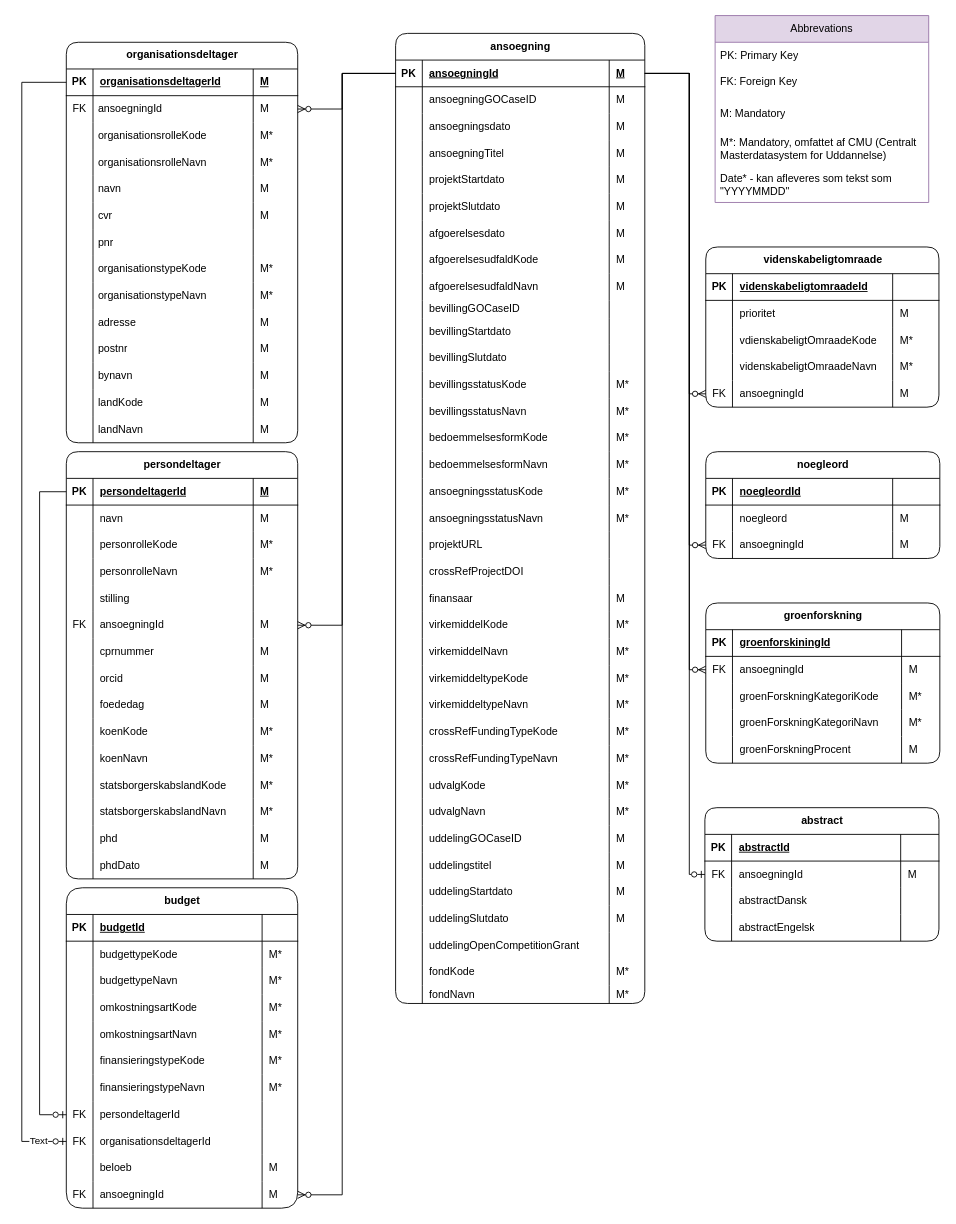
Before: page "NY Raw" (4 of 5) of Grants model.drawio in thomas-lange-dk/Grants, a draw.io diagram. Source tidied: cells renumbered, new cells numbered last; positions are measured from the earlier drawing's top-left corner, leaving out a move shared by most shapes. Both pictures are drawn from the tidied source at 89%, with x=0, y=0 at pixel (21, 15).
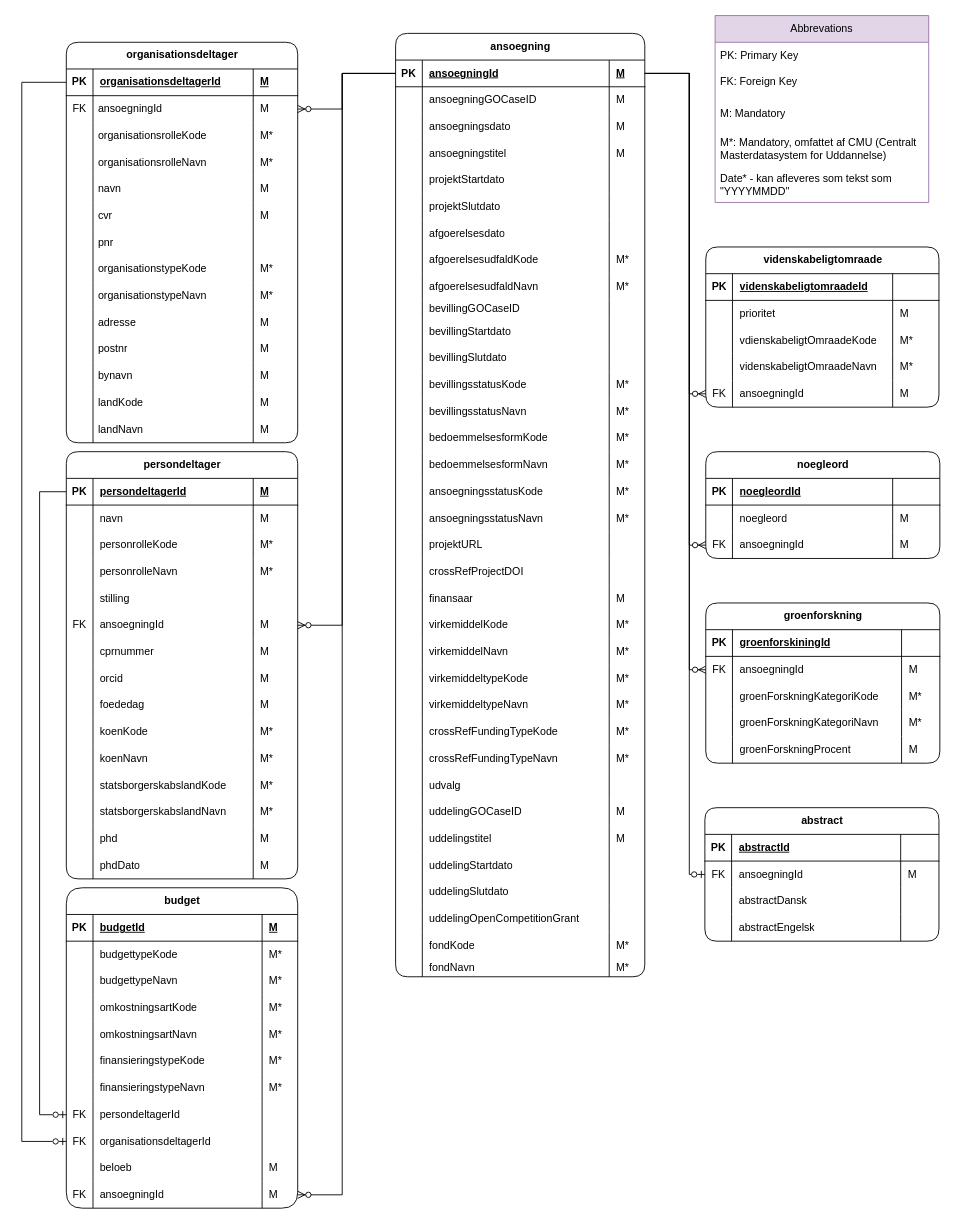
The same diagram, later.

Unchanged cells that the change refers to:
```xml
<mxCell id="113" style="shape=tableRow;horizontal=0;startSize=0;swimlaneHead=0;swimlaneBody=0;fillColor=none;top=0;left=0;right=0;bottom=0;shadow=0;" parent="100" vertex="1">
  <mxGeometry y="120" width="280" height="30" as="geometry" />
</mxCell>
<mxCell id="117" style="shape=tableRow;horizontal=0;startSize=0;swimlaneHead=0;swimlaneBody=0;fillColor=none;top=0;left=0;right=0;bottom=0;shadow=0;" parent="100" vertex="1">
  <mxGeometry y="150" width="280" height="30" as="geometry" />
</mxCell>
<mxCell id="121" style="shape=tableRow;horizontal=0;startSize=0;swimlaneHead=0;swimlaneBody=0;fillColor=none;top=0;left=0;right=0;bottom=0;shadow=0;" parent="100" vertex="1">
  <mxGeometry y="180" width="280" height="30" as="geometry" />
</mxCell>
<mxCell id="125" style="shape=tableRow;horizontal=0;startSize=0;swimlaneHead=0;swimlaneBody=0;fillColor=none;top=0;left=0;right=0;bottom=0;shadow=0;" parent="100" vertex="1">
  <mxGeometry y="210" width="280" height="30" as="geometry" />
</mxCell>
<mxCell id="129" style="shape=tableRow;horizontal=0;startSize=0;swimlaneHead=0;swimlaneBody=0;fillColor=none;top=0;left=0;right=0;bottom=0;shadow=0;" parent="100" vertex="1">
  <mxGeometry y="240" width="280" height="30" as="geometry" />
</mxCell>
<mxCell id="133" style="shape=tableRow;horizontal=0;startSize=0;swimlaneHead=0;swimlaneBody=0;fillColor=none;top=0;left=0;right=0;bottom=0;shadow=0;" parent="100" vertex="1">
  <mxGeometry y="270" width="280" height="30" as="geometry" />
</mxCell>
<mxCell id="209" style="shape=tableRow;horizontal=0;startSize=0;swimlaneHead=0;swimlaneBody=0;fillColor=none;top=0;left=0;right=0;bottom=0;shadow=0;" parent="100" vertex="1">
  <mxGeometry y="830" width="280" height="30" as="geometry" />
</mxCell>
<mxCell id="307" style="shape=tableRow;horizontal=0;startSize=0;swimlaneHead=0;swimlaneBody=0;fillColor=none;top=0;left=0;right=0;bottom=1;shadow=0;" parent="306" vertex="1">
  <mxGeometry y="30" width="260" height="30" as="geometry" />
</mxCell>
<mxCell id="356" style="fontSize=12;html=1;endArrow=ERzeroToOne;endFill=0;rounded=0;shadow=0;edgeStyle=orthogonalEdgeStyle;exitX=0;exitY=0.5;exitDx=0;exitDy=0;entryX=0;entryY=0.5;entryDx=0;entryDy=0;" parent="1" edge="1" source="4" target="340">
  <mxGeometry relative="1" as="geometry">
    <Array as="points">
      <mxPoint y="75" />
      <mxPoint y="1265" />
    </Array>
  </mxGeometry>
</mxCell>
```

What changed in the source:
```diff
@@
     <mxCell id="100" value="ansoegning" style="shape=table;startSize=30;childLayout=tableLayout;rowLines=0;fontStyle=1;align=center;html=1;swimlaneLine=1;shadow=0;rounded=1;swimlaneFillColor=none;" parent="1" vertex="1">
-      <mxGeometry x="420" y="20" width="280" height="1090" as="geometry" />
+      <mxGeometry x="420" y="20" width="280" height="1060" as="geometry" />
     </mxCell>
@@
-    <mxCell id="115" value="ansoegningTitel" style="shape=partialRectangle;fillColor=none;top=0;left=0;bottom=0;right=0;align=left;spacingLeft=6;overflow=hidden;whiteSpace=wrap;html=1;shadow=0;" parent="113" vertex="1">
+    <mxCell id="115" value="ansoegningstitel" style="shape=partialRectangle;fillColor=none;top=0;left=0;bottom=0;right=0;align=left;spacingLeft=6;overflow=hidden;whiteSpace=wrap;html=1;shadow=0;" parent="113" vertex="1">
       <mxGeometry x="30" width="210" height="30" as="geometry" />
     </mxCell>
@@
-    <mxCell id="120" value="M" style="shape=partialRectangle;fillColor=none;top=0;left=0;bottom=0;right=0;align=left;spacingLeft=6;overflow=hidden;whiteSpace=wrap;html=1;shadow=0;" parent="117" vertex="1">
+    <mxCell id="120" style="shape=partialRectangle;fillColor=none;top=0;left=0;bottom=0;right=0;align=left;spacingLeft=6;overflow=hidden;whiteSpace=wrap;html=1;shadow=0;" parent="117" vertex="1">
       <mxGeometry x="240" width="40" height="30" as="geometry" />
     </mxCell>
@@
-    <mxCell id="124" value="M" style="shape=partialRectangle;fillColor=none;top=0;left=0;bottom=0;right=0;align=left;spacingLeft=6;overflow=hidden;whiteSpace=wrap;html=1;shadow=0;" parent="121" vertex="1">
+    <mxCell id="124" style="shape=partialRectangle;fillColor=none;top=0;left=0;bottom=0;right=0;align=left;spacingLeft=6;overflow=hidden;whiteSpace=wrap;html=1;shadow=0;" parent="121" vertex="1">
       <mxGeometry x="240" width="40" height="30" as="geometry" />
     </mxCell>
@@
-    <mxCell id="128" value="M" style="shape=partialRectangle;fillColor=none;top=0;left=0;bottom=0;right=0;align=left;spacingLeft=6;overflow=hidden;whiteSpace=wrap;html=1;shadow=0;" parent="125" vertex="1">
+    <mxCell id="128" style="shape=partialRectangle;fillColor=none;top=0;left=0;bottom=0;right=0;align=left;spacingLeft=6;overflow=hidden;whiteSpace=wrap;html=1;shadow=0;" parent="125" vertex="1">
       <mxGeometry x="240" width="40" height="30" as="geometry" />
     </mxCell>
@@
-    <mxCell id="132" value="M" style="shape=partialRectangle;fillColor=none;top=0;left=0;bottom=0;right=0;align=left;spacingLeft=6;overflow=hidden;whiteSpace=wrap;html=1;shadow=0;" parent="129" vertex="1">
+    <mxCell id="132" value="M*" style="shape=partialRectangle;fillColor=none;top=0;left=0;bottom=0;right=0;align=left;spacingLeft=6;overflow=hidden;whiteSpace=wrap;html=1;shadow=0;" parent="129" vertex="1">
       <mxGeometry x="240" width="40" height="30" as="geometry" />
     </mxCell>
@@
-    <mxCell id="136" value="M" style="shape=partialRectangle;fillColor=none;top=0;left=0;bottom=0;right=0;align=left;spacingLeft=6;overflow=hidden;whiteSpace=wrap;html=1;shadow=0;" parent="133" vertex="1">
+    <mxCell id="136" value="M*" style="shape=partialRectangle;fillColor=none;top=0;left=0;bottom=0;right=0;align=left;spacingLeft=6;overflow=hidden;whiteSpace=wrap;html=1;shadow=0;" parent="133" vertex="1">
       <mxGeometry x="240" width="40" height="30" as="geometry" />
     </mxCell>
@@
-    <mxCell id="211" value="udvalgKode" style="shape=partialRectangle;fillColor=none;top=0;left=0;bottom=0;right=0;align=left;spacingLeft=6;overflow=hidden;whiteSpace=wrap;html=1;shadow=0;" parent="209" vertex="1">
+    <mxCell id="211" value="udvalg" style="shape=partialRectangle;fillColor=none;top=0;left=0;bottom=0;right=0;align=left;spacingLeft=6;overflow=hidden;whiteSpace=wrap;html=1;shadow=0;" parent="209" vertex="1">
       <mxGeometry x="30" width="210" height="30" as="geometry" />
     </mxCell>
-    <mxCell id="212" value="M*" style="shape=partialRectangle;fillColor=none;top=0;left=0;bottom=0;right=0;align=left;spacingLeft=6;overflow=hidden;whiteSpace=wrap;html=1;shadow=0;" parent="209" vertex="1">
+    <mxCell id="212" style="shape=partialRectangle;fillColor=none;top=0;left=0;bottom=0;right=0;align=left;spacingLeft=6;overflow=hidden;whiteSpace=wrap;html=1;shadow=0;" parent="209" vertex="1">
       <mxGeometry x="240" width="40" height="30" as="geometry" />
     </mxCell>
-    <mxCell id="213" style="shape=tableRow;horizontal=0;startSize=0;swimlaneHead=0;swimlaneBody=0;fillColor=none;top=0;left=0;right=0;bottom=0;shadow=0;" parent="100" vertex="1">
-      <mxGeometry y="860" width="280" height="30" as="geometry" />
-    </mxCell>
-    <mxCell id="214" style="shape=partialRectangle;fillColor=none;top=0;left=0;bottom=0;right=0;overflow=hidden;whiteSpace=wrap;html=1;shadow=0;" parent="213" vertex="1">
-      <mxGeometry width="30" height="30" as="geometry" />
-    </mxCell>
-    <mxCell id="215" value="udvalgNavn" style="shape=partialRectangle;fillColor=none;top=0;left=0;bottom=0;right=0;align=left;spacingLeft=6;overflow=hidden;whiteSpace=wrap;html=1;shadow=0;" parent="213" vertex="1">
-      <mxGeometry x="30" width="210" height="30" as="geometry" />
-    </mxCell>
-    <mxCell id="216" value="M*" style="shape=partialRectangle;fillColor=none;top=0;left=0;bottom=0;right=0;align=left;spacingLeft=6;overflow=hidden;whiteSpace=wrap;html=1;shadow=0;" parent="213" vertex="1">
-      <mxGeometry x="240" width="40" height="30" as="geometry" />
-    </mxCell>
     <mxCell id="217" style="shape=tableRow;horizontal=0;startSize=0;swimlaneHead=0;swimlaneBody=0;fillColor=none;top=0;left=0;right=0;bottom=0;shadow=0;" parent="100" vertex="1">
-      <mxGeometry y="890" width="280" height="30" as="geometry" />
+      <mxGeometry y="860" width="280" height="30" as="geometry" />
     </mxCell>
@@
     <mxCell id="221" style="shape=tableRow;horizontal=0;startSize=0;swimlaneHead=0;swimlaneBody=0;fillColor=none;top=0;left=0;right=0;bottom=0;shadow=0;" parent="100" vertex="1">
-      <mxGeometry y="920" width="280" height="30" as="geometry" />
+      <mxGeometry y="890" width="280" height="30" as="geometry" />
     </mxCell>
@@
     <mxCell id="225" style="shape=tableRow;horizontal=0;startSize=0;swimlaneHead=0;swimlaneBody=0;fillColor=none;top=0;left=0;right=0;bottom=0;shadow=0;" parent="100" vertex="1">
-      <mxGeometry y="950" width="280" height="30" as="geometry" />
+      <mxGeometry y="920" width="280" height="30" as="geometry" />
     </mxCell>
@@
-    <mxCell id="228" value="M" style="shape=partialRectangle;fillColor=none;top=0;left=0;bottom=0;right=0;align=left;spacingLeft=6;overflow=hidden;whiteSpace=wrap;html=1;shadow=0;" parent="225" vertex="1">
+    <mxCell id="228" style="shape=partialRectangle;fillColor=none;top=0;left=0;bottom=0;right=0;align=left;spacingLeft=6;overflow=hidden;whiteSpace=wrap;html=1;shadow=0;" parent="225" vertex="1">
       <mxGeometry x="240" width="40" height="30" as="geometry" />
     </mxCell>
     <mxCell id="229" style="shape=tableRow;horizontal=0;startSize=0;swimlaneHead=0;swimlaneBody=0;fillColor=none;top=0;left=0;right=0;bottom=0;shadow=0;" parent="100" vertex="1">
-      <mxGeometry y="980" width="280" height="30" as="geometry" />
+      <mxGeometry y="950" width="280" height="30" as="geometry" />
     </mxCell>
@@
-    <mxCell id="232" value="M" style="shape=partialRectangle;fillColor=none;top=0;left=0;bottom=0;right=0;align=left;spacingLeft=6;overflow=hidden;whiteSpace=wrap;html=1;shadow=0;" parent="229" vertex="1">
+    <mxCell id="232" style="shape=partialRectangle;fillColor=none;top=0;left=0;bottom=0;right=0;align=left;spacingLeft=6;overflow=hidden;whiteSpace=wrap;html=1;shadow=0;" parent="229" vertex="1">
       <mxGeometry x="240" width="40" height="30" as="geometry" />
     </mxCell>
     <mxCell id="233" style="shape=tableRow;horizontal=0;startSize=0;swimlaneHead=0;swimlaneBody=0;fillColor=none;top=0;left=0;right=0;bottom=0;shadow=0;" parent="100" vertex="1">
-      <mxGeometry y="1010" width="280" height="30" as="geometry" />
+      <mxGeometry y="980" width="280" height="30" as="geometry" />
     </mxCell>
@@
     <mxCell id="237" style="shape=tableRow;horizontal=0;startSize=0;swimlaneHead=0;swimlaneBody=0;fillColor=none;top=0;left=0;right=0;bottom=0;shadow=0;" parent="100" vertex="1">
-      <mxGeometry y="1040" width="280" height="30" as="geometry" />
+      <mxGeometry y="1010" width="280" height="30" as="geometry" />
     </mxCell>
@@
     <mxCell id="241" style="shape=tableRow;horizontal=0;startSize=0;swimlaneHead=0;swimlaneBody=0;fillColor=none;top=0;left=0;right=0;bottom=0;shadow=0;" parent="100" vertex="1">
-      <mxGeometry y="1070" width="280" height="20" as="geometry" />
+      <mxGeometry y="1040" width="280" height="20" as="geometry" />
     </mxCell>
@@
-    <mxCell id="310" style="shape=partialRectangle;fillColor=none;top=0;left=0;bottom=0;right=0;align=left;spacingLeft=6;fontStyle=5;overflow=hidden;whiteSpace=wrap;html=1;shadow=0;" parent="307" vertex="1">
+    <mxCell id="310" value="M" style="shape=partialRectangle;fillColor=none;top=0;left=0;bottom=0;right=0;align=left;spacingLeft=6;fontStyle=5;overflow=hidden;whiteSpace=wrap;html=1;shadow=0;" parent="307" vertex="1">
       <mxGeometry x="220" width="40" height="30" as="geometry" />
     </mxCell>
@@
-    <mxCell id="357" value="Text" style="edgeLabel;html=1;align=center;verticalAlign=middle;" parent="356" vertex="1">
-      <mxGeometry x="0.95" y="2" relative="1" as="geometry" />
-    </mxCell>
```
